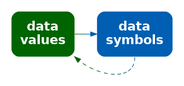
This is Diagrams/data-sym-decode.png from pmur002/hdvw, a Graphviz export, as it was before one commit. Its source is kept beside it as Diagrams/data-sym-decode.dot.
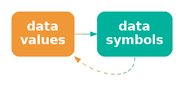
Above is the later version.

Diff of the diagram source:
```diff
@@ -1,9 +1,9 @@
 digraph {
   graph [ rankdir=LR; margin=.2; nodesep=.5 ];
   node [ fontsize=20; fontname="sans bold"; margin=.2 ];
-  data [ label="data\nvalues"; shape=box; style="filled, rounded"; penwidth=0; fontcolor=white; fillcolor="#006400" ]
+  data [ label="data\nvalues"; shape=box; style="filled, rounded"; penwidth=0; fontcolor=white; fillcolor="#F09736" ]
   sym [ label="data\nsymbols"; shape=box;
-     style="filled, rounded"; penwidth=0; fontcolor=white; fillcolor="#005FB2" ]
-  data -> sym [ color="#006400;0.1:#006314;0.1:#006328;0.1:#00623B;0.1:#00624F;0.1:#006163;0.1:#006177;0.1:#00608A;0.1:#00609E;0.1:#005FB2;0.1" ]
-  sym:s -> data:se [ style="dashed", color="#005FB2;0.1:#00609E;0.1:#00608A;0.1:#006177;0.1:#006163;0.1:#00624F;0.1:#00623B;0.1:#006328;0.1:#006314;0.1:#006400;0.1" ]
+     style="filled, rounded"; penwidth=0; fontcolor=white; fillcolor="#00B19B" ]
+  data -> sym [ color="#F09736;0.1:#D59A41;0.1:#BB9D4C;0.1:#A0A058;0.1:#85A363;0.1:#6BA56E;0.1:#50A879;0.1:#35AB85;0.1:#1BAE90;0.1:#00B19B;0.1" ]
+  sym:s -> data:se [ style="dashed", color="#00B19B;0.1:#1BAE90;0.1:#35AB85;0.1:#50A879;0.1:#6BA56E;0.1:#85A363;0.1:#A0A058;0.1:#BB9D4C;0.1:#D59A41;0.1:#F09736;0.1" ]
 }
```
